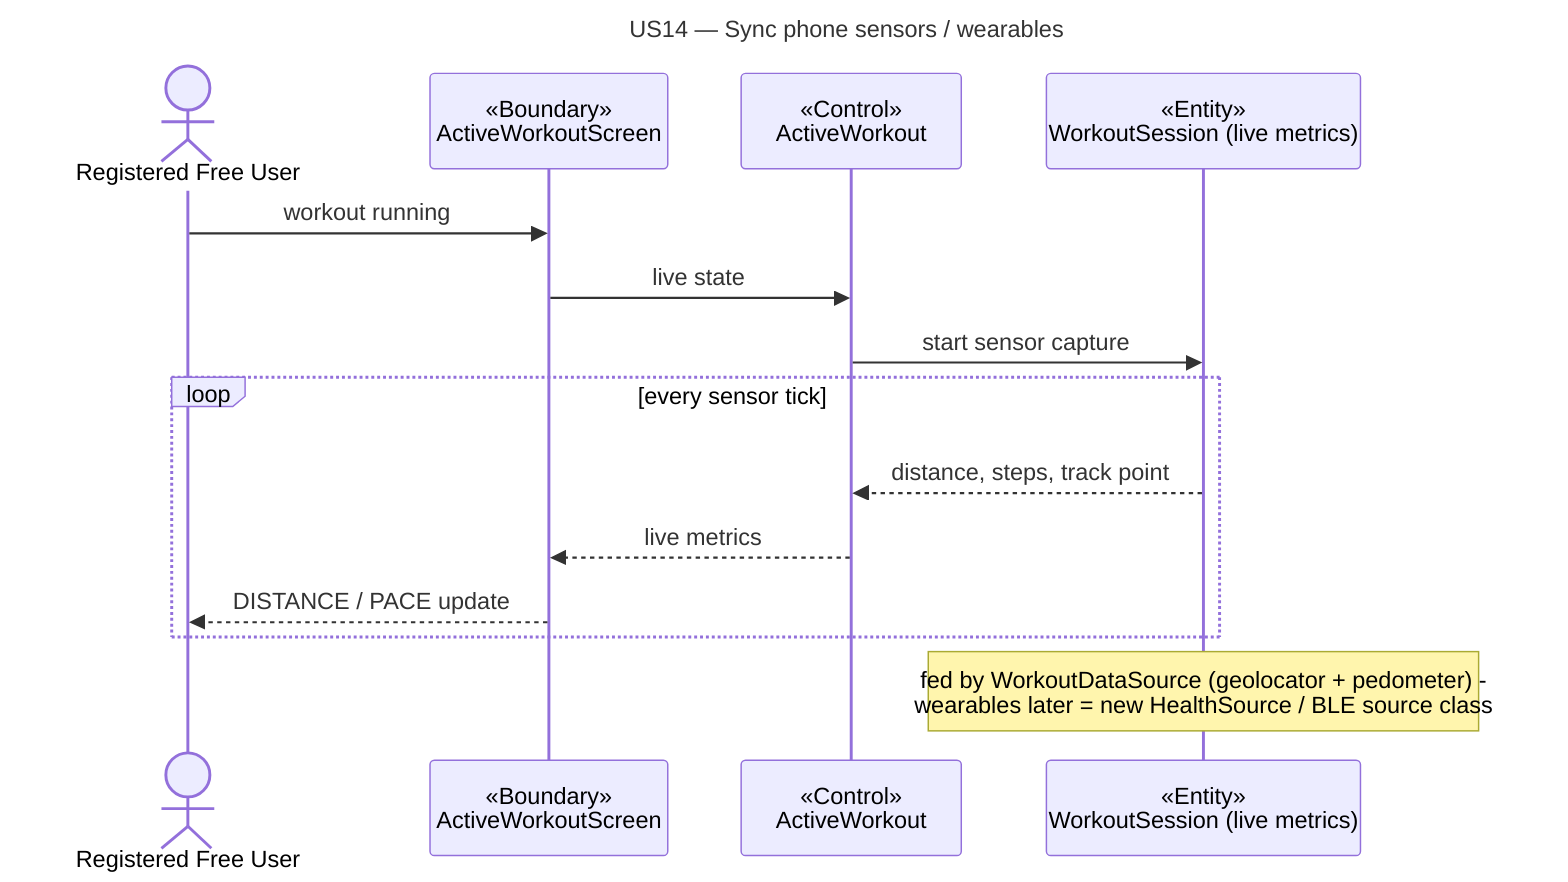
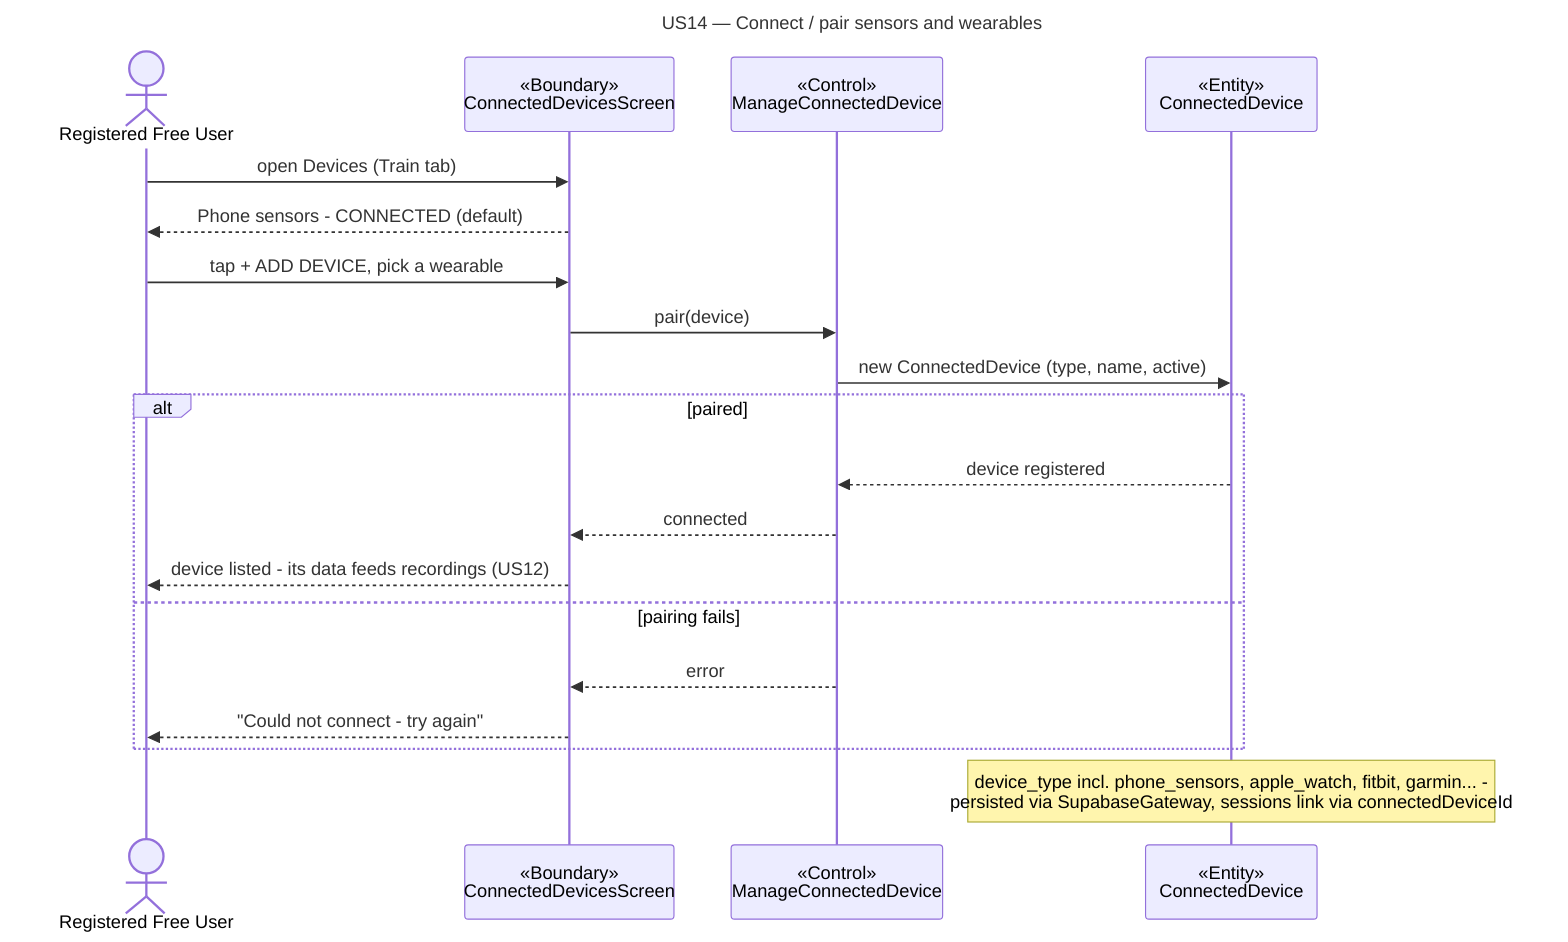
---
- title: "US14 — Sync phone sensors / wearables"
+ title: "US14 — Connect / pair sensors and wearables"
---
sequenceDiagram
  actor A as Registered Free User
-   participant B as «Boundary»<br/>ActiveWorkoutScreen
-   participant C as «Control»<br/>ActiveWorkout
-   participant E as «Entity»<br/>WorkoutSession (live metrics)
-   A->>B: workout running
-   B->>C: live state
-   C->>E: start sensor capture
-   loop every sensor tick
-     E-->>C: distance, steps, track point
-     C-->>B: live metrics
-     B-->>A: DISTANCE / PACE update
+   participant B as «Boundary»<br/>ConnectedDevicesScreen
+   participant C as «Control»<br/>ManageConnectedDevice
+   participant E as «Entity»<br/>ConnectedDevice
+   A->>B: open Devices (Train tab)
+   B-->>A: Phone sensors - CONNECTED (default)
+   A->>B: tap + ADD DEVICE, pick a wearable
+   B->>C: pair(device)
+   C->>E: new ConnectedDevice (type, name, active)
+   alt paired
+     E-->>C: device registered
+     C-->>B: connected
+     B-->>A: device listed - its data feeds recordings (US12)
+   else pairing fails
+     C-->>B: error
+     B-->>A: "Could not connect - try again"
  end
-   note over E: fed by WorkoutDataSource (geolocator + pedometer) -<br/>wearables later = new HealthSource / BLE source class
+   note over E: device_type incl. phone_sensors, apple_watch, fitbit, garmin... -<br/>persisted via SupabaseGateway, sessions link via connectedDeviceId
